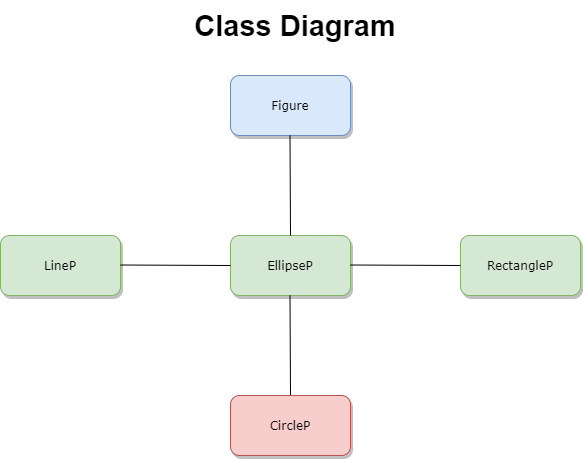
Earlier version of the draw.io export Pics/ClassDiagram.png (idanbuller/PainterIBAI). Source tidied: cells renumbered, new cells last; positions are measured from the earlier drawing's top-left corner, leaving out a move shared by most shapes. The source it was exported from:
```xml
<mxGraphModel>
  <root>
    <mxCell id="0" />
    <mxCell id="1" parent="0" />
    <mxCell id="2" value="Figure" style="whiteSpace=wrap;html=1;rounded=1;shadow=1;labelBackgroundColor=none;strokeWidth=1;fontFamily=Verdana;fontSize=12;align=center;fillColor=#dae8fc;strokeColor=#6c8ebf;" parent="1" vertex="1">
      <mxGeometry x="230" y="75" width="120" height="60" as="geometry" />
    </mxCell>
    <mxCell id="3" value="&lt;span&gt;LineP&lt;/span&gt;" style="whiteSpace=wrap;html=1;rounded=1;shadow=1;labelBackgroundColor=none;strokeWidth=1;fontFamily=Verdana;fontSize=12;align=center;fillColor=#d5e8d4;strokeColor=#82b366;" parent="1" vertex="1">
      <mxGeometry y="235" width="120" height="60" as="geometry" />
    </mxCell>
    <mxCell id="4" value="RectangleP" style="whiteSpace=wrap;html=1;rounded=1;shadow=1;labelBackgroundColor=none;strokeWidth=1;fontFamily=Verdana;fontSize=12;align=center;fillColor=#d5e8d4;strokeColor=#82b366;" parent="1" vertex="1">
      <mxGeometry x="460" y="235" width="120" height="60" as="geometry" />
    </mxCell>
    <mxCell id="5" value="&lt;span&gt;EllipseP&lt;/span&gt;" style="whiteSpace=wrap;html=1;rounded=1;shadow=1;labelBackgroundColor=none;strokeWidth=1;fontFamily=Verdana;fontSize=12;align=center;fillColor=#d5e8d4;strokeColor=#82b366;" parent="1" vertex="1">
      <mxGeometry x="230" y="235" width="120" height="60" as="geometry" />
    </mxCell>
    <mxCell id="6" style="endArrow=none;html=1;entryX=0;entryY=0.5;entryDx=0;entryDy=0;" parent="1" edge="1" target="5">
      <mxGeometry relative="1" as="geometry">
        <mxPoint x="120" y="264.5" as="sourcePoint" />
      </mxGeometry>
    </mxCell>
    <mxCell id="7" style="endArrow=none;html=1;entryX=0;entryY=0.5;entryDx=0;entryDy=0;" parent="1" edge="1">
      <mxGeometry relative="1" as="geometry">
        <mxPoint x="350" y="264.5" as="sourcePoint" />
        <mxPoint x="460" y="265" as="targetPoint" />
      </mxGeometry>
    </mxCell>
    <mxCell id="8" style="endArrow=none;html=1;exitX=0.5;exitY=0;exitDx=0;exitDy=0;" parent="1" edge="1" source="5">
      <mxGeometry relative="1" as="geometry">
        <mxPoint x="289.5" y="135" as="targetPoint" />
      </mxGeometry>
    </mxCell>
    <mxCell id="9" style="endArrow=none;html=1;exitX=0.5;exitY=0;exitDx=0;exitDy=0;" parent="1" edge="1">
      <mxGeometry relative="1" as="geometry">
        <mxPoint x="290" y="395" as="sourcePoint" />
        <mxPoint x="289.5" y="295" as="targetPoint" />
      </mxGeometry>
    </mxCell>
    <mxCell id="10" value="CircleP" style="whiteSpace=wrap;html=1;rounded=1;shadow=1;labelBackgroundColor=none;strokeWidth=1;fontFamily=Verdana;fontSize=12;align=center;fillColor=#f8cecc;strokeColor=#b85450;" parent="1" vertex="1">
      <mxGeometry x="230" y="395" width="120" height="60" as="geometry" />
    </mxCell>
    <mxCell id="11" value="&lt;font style=&quot;font-size: 29px&quot;&gt;&lt;b&gt;Class Diagram&lt;/b&gt;&lt;/font&gt;" style="text;html=1;strokeColor=none;fillColor=none;align=center;verticalAlign=middle;whiteSpace=wrap;rounded=0;" parent="1" vertex="1">
      <mxGeometry x="190" width="210" height="50" as="geometry" />
    </mxCell>
  </root>
</mxGraphModel>
```
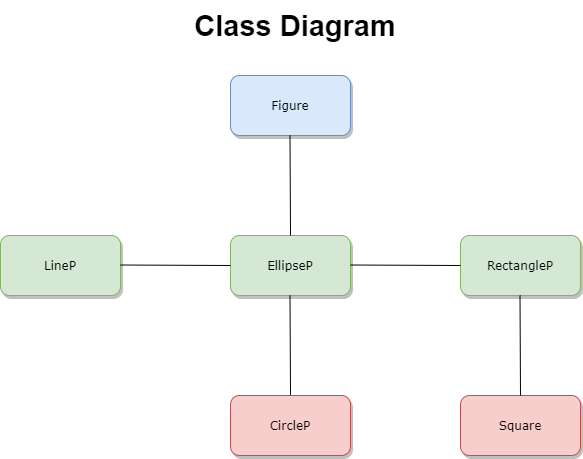
After the commit.

What changed in the source:
```diff
@@ -42,5 +42,14 @@
     <mxCell id="11" value="&lt;font style=&quot;font-size: 29px&quot;&gt;&lt;b&gt;Class Diagram&lt;/b&gt;&lt;/font&gt;" style="text;html=1;strokeColor=none;fillColor=none;align=center;verticalAlign=middle;whiteSpace=wrap;rounded=0;" parent="1" vertex="1">
       <mxGeometry x="190" width="210" height="50" as="geometry" />
     </mxCell>
+    <mxCell id="12" value="Square" style="whiteSpace=wrap;html=1;rounded=1;shadow=1;labelBackgroundColor=none;strokeWidth=1;fontFamily=Verdana;fontSize=12;align=center;fillColor=#f8cecc;strokeColor=#b85450;" parent="1" vertex="1">
+      <mxGeometry x="460" y="395" width="120" height="60" as="geometry" />
+    </mxCell>
+    <mxCell id="13" style="endArrow=none;html=1;exitX=0.5;exitY=0;exitDx=0;exitDy=0;" parent="1" edge="1">
+      <mxGeometry relative="1" as="geometry">
+        <mxPoint x="520" y="395" as="sourcePoint" />
+        <mxPoint x="519.5" y="295" as="targetPoint" />
+      </mxGeometry>
+    </mxCell>
   </root>
 </mxGraphModel>
```
